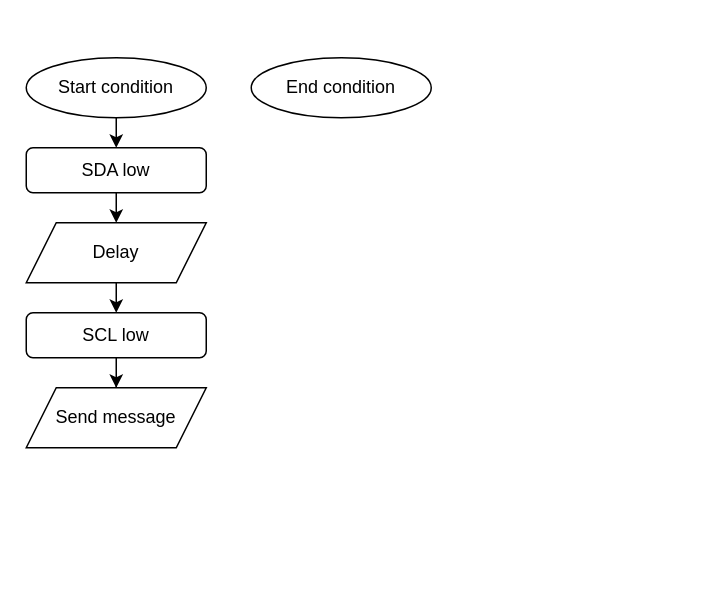
The draw.io diagram Project02-flowchart-gabby-iker.drawio in msu-eele-465/project2-gabby-iker, before the edit. Source tidied: cells renumbered, new cells numbered last; positions are measured from the earlier drawing's top-left corner, leaving out a move shared by most shapes. Both pictures are drawn from the tidied source at 150%, with x=0, y=0 at pixel (26, 57).
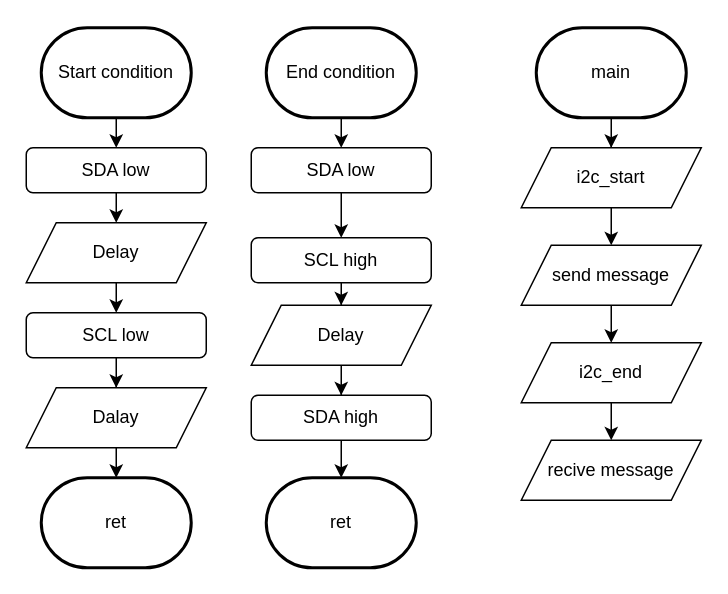
The same page after the edit.

Commit message (it also covers changes not shown here):
Sending message with little problem

Unchanged cells that the change refers to:
```xml
<mxCell id="5" value="SDA low" style="rounded=1;whiteSpace=wrap;html=1;" parent="1" vertex="1">
  <mxGeometry y="60" width="120" height="30" as="geometry" />
</mxCell>
```

What changed in the source:
```diff
@@
-    <mxCell id="2" style="edgeStyle=orthogonalEdgeStyle;rounded=0;jettySize=auto;html=1;exitX=0.5;exitY=1;exitDx=0;exitDy=0;entryX=0.5;entryY=0;entryDx=0;entryDy=0;" parent="1" edge="1" source="3" target="5">
-      <mxGeometry relative="1" as="geometry" />
+    <mxCell id="2" style="edgeStyle=orthogonalEdgeStyle;rounded=0;jettySize=auto;html=1;exitX=0.5;exitY=1;exitDx=0;exitDy=0;entryX=0.5;entryY=0;entryDx=0;entryDy=0;" parent="1" edge="1" target="5">
+      <mxGeometry relative="1" as="geometry">
+        <mxPoint x="60" y="40" as="sourcePoint" />
+      </mxGeometry>
     </mxCell>
-    <mxCell id="3" value="Start condition" style="ellipse;whiteSpace=wrap;html=1;" parent="1" vertex="1">
-      <mxGeometry width="120" height="40" as="geometry" />
-    </mxCell>
@@
+    <mxCell id="12" style="edgeStyle=orthogonalEdgeStyle;rounded=0;jettySize=auto;html=1;" parent="1" edge="1" source="10">
+      <mxGeometry relative="1" as="geometry">
+        <mxPoint x="60" y="280" as="targetPoint" />
+      </mxGeometry>
+    </mxCell>
-    <mxCell id="10" value="Send message" style="shape=parallelogram;perimeter=parallelogramPerimeter;whiteSpace=wrap;html=1;fixedSize=1;" parent="1" vertex="1">
+    <mxCell id="10" value="Dalay" style="shape=parallelogram;perimeter=parallelogramPerimeter;whiteSpace=wrap;html=1;fixedSize=1;" parent="1" vertex="1">
       <mxGeometry y="220" width="120" height="40" as="geometry" />
     </mxCell>
+    <mxCell id="13" style="edgeStyle=orthogonalEdgeStyle;rounded=0;orthogonalLoop=1;jettySize=auto;html=1;" parent="1" edge="1">
+      <mxGeometry relative="1" as="geometry">
+        <mxPoint x="210" y="40" as="sourcePoint" />
+        <mxPoint x="210" y="60" as="targetPoint" />
+      </mxGeometry>
+    </mxCell>
+    <mxCell id="14" style="edgeStyle=orthogonalEdgeStyle;rounded=0;orthogonalLoop=1;jettySize=auto;html=1;" parent="1" edge="1">
+      <mxGeometry relative="1" as="geometry">
+        <mxPoint x="210" y="90" as="sourcePoint" />
+        <mxPoint x="210" y="120" as="targetPoint" />
+      </mxGeometry>
+    </mxCell>
+    <mxCell id="15" style="edgeStyle=orthogonalEdgeStyle;rounded=0;jettySize=auto;html=1;" parent="1" edge="1" source="16" target="19">
+      <mxGeometry relative="1" as="geometry" />
+    </mxCell>
+    <mxCell id="16" value="SCL high" style="rounded=1;whiteSpace=wrap;html=1;" parent="1" vertex="1">
+      <mxGeometry x="150" y="120" width="120" height="30" as="geometry" />
+    </mxCell>
+    <mxCell id="17" value="SDA low" style="rounded=1;whiteSpace=wrap;html=1;" parent="1" vertex="1">
+      <mxGeometry x="150" y="60" width="120" height="30" as="geometry" />
+    </mxCell>
+    <mxCell id="18" style="edgeStyle=orthogonalEdgeStyle;rounded=0;jettySize=auto;html=1;" parent="1" edge="1" source="19" target="21">
+      <mxGeometry relative="1" as="geometry" />
+    </mxCell>
+    <mxCell id="19" value="Delay" style="shape=parallelogram;perimeter=parallelogramPerimeter;whiteSpace=wrap;html=1;fixedSize=1;" parent="1" vertex="1">
+      <mxGeometry x="150" y="165" width="120" height="40" as="geometry" />
+    </mxCell>
+    <mxCell id="20" style="edgeStyle=orthogonalEdgeStyle;rounded=0;jettySize=auto;html=1;" parent="1" edge="1" source="21">
+      <mxGeometry relative="1" as="geometry">
+        <mxPoint x="210" y="280" as="targetPoint" />
+      </mxGeometry>
+    </mxCell>
+    <mxCell id="21" value="SDA high" style="rounded=1;whiteSpace=wrap;html=1;" parent="1" vertex="1">
+      <mxGeometry x="150" y="225" width="120" height="30" as="geometry" />
+    </mxCell>
-    <mxCell id="11" value="End condition" style="ellipse;whiteSpace=wrap;html=1;" parent="1" vertex="1">
-      <mxGeometry x="150" width="120" height="40" as="geometry" />
+    <mxCell id="11" value="End condition" style="strokeWidth=2;html=1;shape=mxgraph.flowchart.terminator;whiteSpace=wrap;" parent="1" vertex="1">
+      <mxGeometry x="160" y="-20" width="100" height="60" as="geometry" />
     </mxCell>
+    <mxCell id="3" value="Start condition" style="strokeWidth=2;html=1;shape=mxgraph.flowchart.terminator;whiteSpace=wrap;" parent="1" vertex="1">
+      <mxGeometry x="10" y="-20" width="100" height="60" as="geometry" />
+    </mxCell>
+    <mxCell id="22" value="ret" style="strokeWidth=2;html=1;shape=mxgraph.flowchart.terminator;whiteSpace=wrap;" parent="1" vertex="1">
+      <mxGeometry x="160" y="280" width="100" height="60" as="geometry" />
+    </mxCell>
+    <mxCell id="23" value="ret" style="strokeWidth=2;html=1;shape=mxgraph.flowchart.terminator;whiteSpace=wrap;" parent="1" vertex="1">
+      <mxGeometry x="10" y="280" width="100" height="60" as="geometry" />
+    </mxCell>
+    <mxCell id="24" style="edgeStyle=orthogonalEdgeStyle;rounded=0;jettySize=auto;html=1;" parent="1" edge="1" source="25" target="27">
+      <mxGeometry relative="1" as="geometry" />
+    </mxCell>
+    <mxCell id="25" value="main" style="strokeWidth=2;html=1;shape=mxgraph.flowchart.terminator;whiteSpace=wrap;" parent="1" vertex="1">
+      <mxGeometry x="340" y="-20" width="100" height="60" as="geometry" />
+    </mxCell>
+    <mxCell id="26" style="edgeStyle=orthogonalEdgeStyle;rounded=0;jettySize=auto;html=1;" parent="1" edge="1" source="27" target="31">
+      <mxGeometry relative="1" as="geometry" />
+    </mxCell>
+    <mxCell id="27" value="i2c_start" style="shape=parallelogram;perimeter=parallelogramPerimeter;whiteSpace=wrap;html=1;fixedSize=1;" parent="1" vertex="1">
+      <mxGeometry x="330" y="60" width="120" height="40" as="geometry" />
+    </mxCell>
+    <mxCell id="28" style="edgeStyle=orthogonalEdgeStyle;rounded=0;jettySize=auto;html=1;" parent="1" edge="1" source="29" target="32">
+      <mxGeometry relative="1" as="geometry" />
+    </mxCell>
+    <mxCell id="29" value="i2c_end" style="shape=parallelogram;perimeter=parallelogramPerimeter;whiteSpace=wrap;html=1;fixedSize=1;" parent="1" vertex="1">
+      <mxGeometry x="330" y="190" width="120" height="40" as="geometry" />
+    </mxCell>
+    <mxCell id="30" style="edgeStyle=orthogonalEdgeStyle;rounded=0;jettySize=auto;html=1;" parent="1" edge="1" source="31" target="29">
+      <mxGeometry relative="1" as="geometry" />
+    </mxCell>
+    <mxCell id="31" value="send message" style="shape=parallelogram;perimeter=parallelogramPerimeter;whiteSpace=wrap;html=1;fixedSize=1;" parent="1" vertex="1">
+      <mxGeometry x="330" y="125" width="120" height="40" as="geometry" />
+    </mxCell>
+    <mxCell id="32" value="recive message" style="shape=parallelogram;perimeter=parallelogramPerimeter;whiteSpace=wrap;html=1;fixedSize=1;" parent="1" vertex="1">
+      <mxGeometry x="330" y="255" width="120" height="40" as="geometry" />
+    </mxCell>
```
